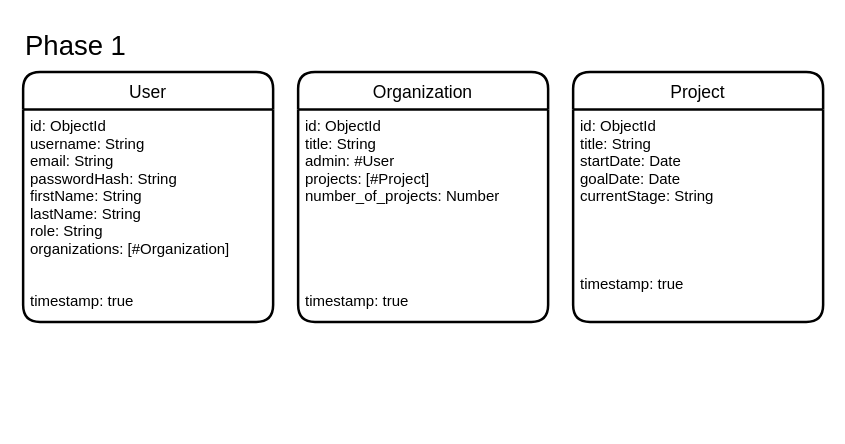
Above: resources/database-model.drawio in jpcastanoweb/buggr (draw.io), before the change. Source tidied: cells renumbered, new cells numbered last; positions are measured from the earlier drawing's top-left corner, leaving out a move shared by most shapes. Both pictures are drawn from the tidied source at 125%, with x=0, y=0 at pixel (22, 21).
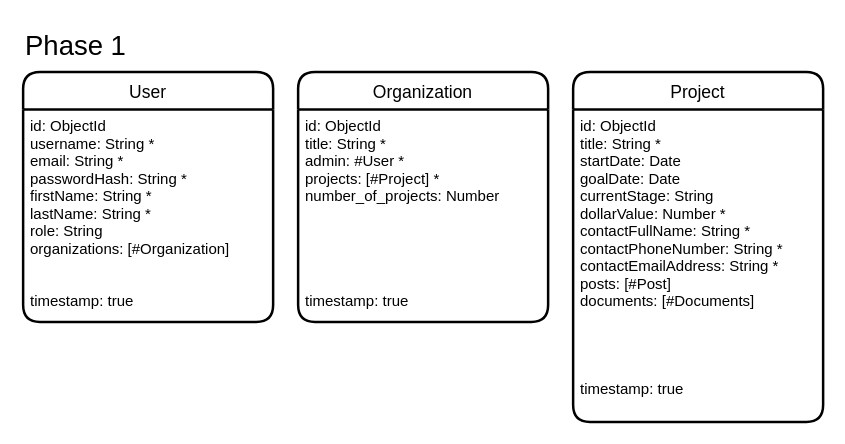
The same page after the edit.

Change to the diagram source:
```diff
@@
 <mxGraphModel>
   <root>
     <mxCell id="0" />
     <mxCell id="1" parent="0" />
     <mxCell id="2" value="&lt;font style=&quot;font-size: 22px&quot;&gt;Phase 1&lt;/font&gt;" style="text;html=1;strokeColor=none;fillColor=none;align=left;verticalAlign=middle;whiteSpace=wrap;rounded=0;" parent="1" vertex="1">
       <mxGeometry width="150" height="40" as="geometry" />
     </mxCell>
     <mxCell id="3" value="User" style="swimlane;horizontal=1;startSize=30;rounded=1;fontSize=14;fontStyle=0;strokeWidth=2;shadow=0;dashed=0;align=center;" parent="1" vertex="1">
       <mxGeometry y="40" width="200" height="200" as="geometry" />
     </mxCell>
-    <mxCell id="4" value="id: ObjectId&#10;username: String&#10;email: String&#10;passwordHash: String&#10;firstName: String&#10;lastName: String&#10;role: String&#10;organizations: [#Organization]&#10;&#10;&#10;timestamp: true" style="align=left;strokeColor=none;fillColor=none;spacingLeft=4;fontSize=12;verticalAlign=top;" parent="3" vertex="1">
+    <mxCell id="4" value="id: ObjectId&#10;username: String *&#10;email: String *&#10;passwordHash: String *&#10;firstName: String *&#10;lastName: String *&#10;role: String&#10;organizations: [#Organization]&#10;&#10;&#10;timestamp: true" style="align=left;strokeColor=none;fillColor=none;spacingLeft=4;fontSize=12;verticalAlign=top;" parent="3" vertex="1">
       <mxGeometry y="30" width="200" height="170" as="geometry" />
     </mxCell>
     <mxCell id="5" value="Organization" style="swimlane;horizontal=1;startSize=30;rounded=1;fontSize=14;fontStyle=0;strokeWidth=2;shadow=0;dashed=0;align=center;" parent="1" vertex="1">
       <mxGeometry x="220" y="40" width="200" height="200" as="geometry" />
     </mxCell>
-    <mxCell id="6" value="id: ObjectId&#10;title: String&#10;admin: #User&#10;projects: [#Project]&#10;number_of_projects: Number&#10;&#10;&#10;&#10;&#10;&#10;timestamp: true" style="align=left;strokeColor=none;fillColor=none;spacingLeft=4;fontSize=12;verticalAlign=top;" parent="5" vertex="1">
+    <mxCell id="6" value="id: ObjectId&#10;title: String *&#10;admin: #User *&#10;projects: [#Project] *&#10;number_of_projects: Number&#10;&#10;&#10;&#10;&#10;&#10;timestamp: true" style="align=left;strokeColor=none;fillColor=none;spacingLeft=4;fontSize=12;verticalAlign=top;" parent="5" vertex="1">
       <mxGeometry y="30" width="200" height="170" as="geometry" />
     </mxCell>
     <mxCell id="7" value="Project" style="swimlane;horizontal=1;startSize=30;rounded=1;fontSize=14;fontStyle=0;strokeWidth=2;shadow=0;dashed=0;align=center;" parent="1" vertex="1">
-      <mxGeometry x="440" y="40" width="200" height="200" as="geometry" />
+      <mxGeometry x="440" y="40" width="200" height="280" as="geometry" />
     </mxCell>
-    <mxCell id="8" value="id: ObjectId&#10;title: String&#10;startDate: Date&#10;goalDate: Date&#10;currentStage: String&#10;&#10;&#10;&#10;&#10;timestamp: true" style="align=left;strokeColor=none;fillColor=none;spacingLeft=4;fontSize=12;verticalAlign=top;" parent="7" vertex="1">
-      <mxGeometry y="30" width="200" height="170" as="geometry" />
+    <mxCell id="8" value="id: ObjectId&#10;title: String *&#10;startDate: Date&#10;goalDate: Date&#10;currentStage: String&#10;dollarValue: Number *&#10;contactFullName: String *&#10;contactPhoneNumber: String *&#10;contactEmailAddress: String *&#10;posts: [#Post]&#10;documents: [#Documents]&#10;&#10;&#10;&#10;&#10;timestamp: true" style="align=left;strokeColor=none;fillColor=none;spacingLeft=4;fontSize=12;verticalAlign=top;" parent="7" vertex="1">
+      <mxGeometry y="30" width="200" height="250" as="geometry" />
     </mxCell>
   </root>
 </mxGraphModel>
```
